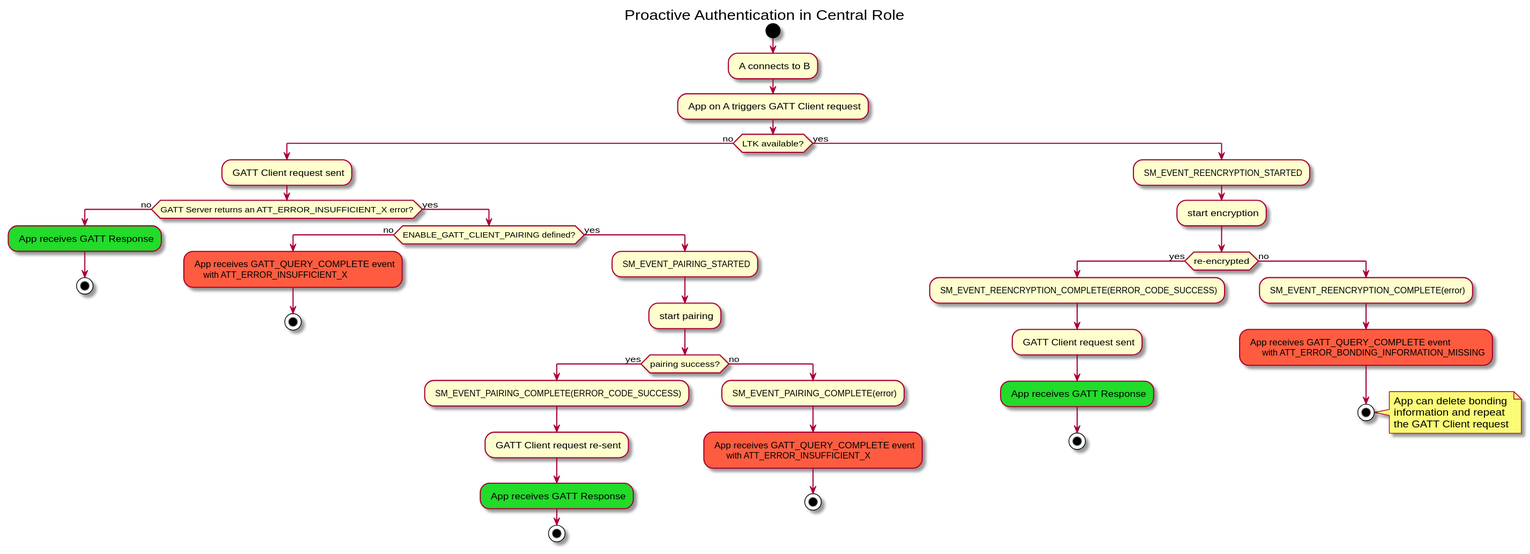
Above: doc/manual/docs/picts/gatt_client_security_proactive_authentication_central.svg in bluekitchen/btstack (PlantUML), before the change. The source it was exported from:
```plantuml
@startuml
title Proactive Authentication in Central Role
start
: A connects to B;
: App on A triggers GATT Client request;
if (LTK available?) then (no)
  : GATT Client request sent;
  if (GATT Server returns an ATT_ERROR_INSUFFICIENT_X error?) then (no)
    #23DB2B : App receives GATT Response;
    stop
  else (yes)
    if (ENABLE_GATT_CLIENT_PAIRING defined?) then (no)
      #FD5B41: App receives GATT_QUERY_COMPLETE event
          with ATT_ERROR_INSUFFICIENT_X;
      stop
    else (yes)
      : SM_EVENT_PAIRING_STARTED;
      : start pairing;
      if (pairing success?) then (yes)
          : SM_EVENT_PAIRING_COMPLETE(ERROR_CODE_SUCCESS);
          : GATT Client request re-sent;
          #23DB2B : App receives GATT Response;
          stop
      else (no)
          : SM_EVENT_PAIRING_COMPLETE(error);
         #FD5B41: App receives GATT_QUERY_COMPLETE event
              with ATT_ERROR_INSUFFICIENT_X;
          stop
      endif
    endif
  endif
else (yes)
   : SM_EVENT_REENCRYPTION_STARTED;
   : start encryption;
   if (re-encrypted) then (yes)
     : SM_EVENT_REENCRYPTION_COMPLETE(ERROR_CODE_SUCCESS);
     : GATT Client request sent;
     #23DB2B : App receives GATT Response;
     stop
   else (no)
     : SM_EVENT_REENCRYPTION_COMPLETE(error);
     #FD5B41: App receives GATT_QUERY_COMPLETE event
          with ATT_ERROR_BONDING_INFORMATION_MISSING;
     stop
     note right
       App can delete bonding
       information and repeat
       the GATT Client request
    end note
  endif
endif
@enduml
```
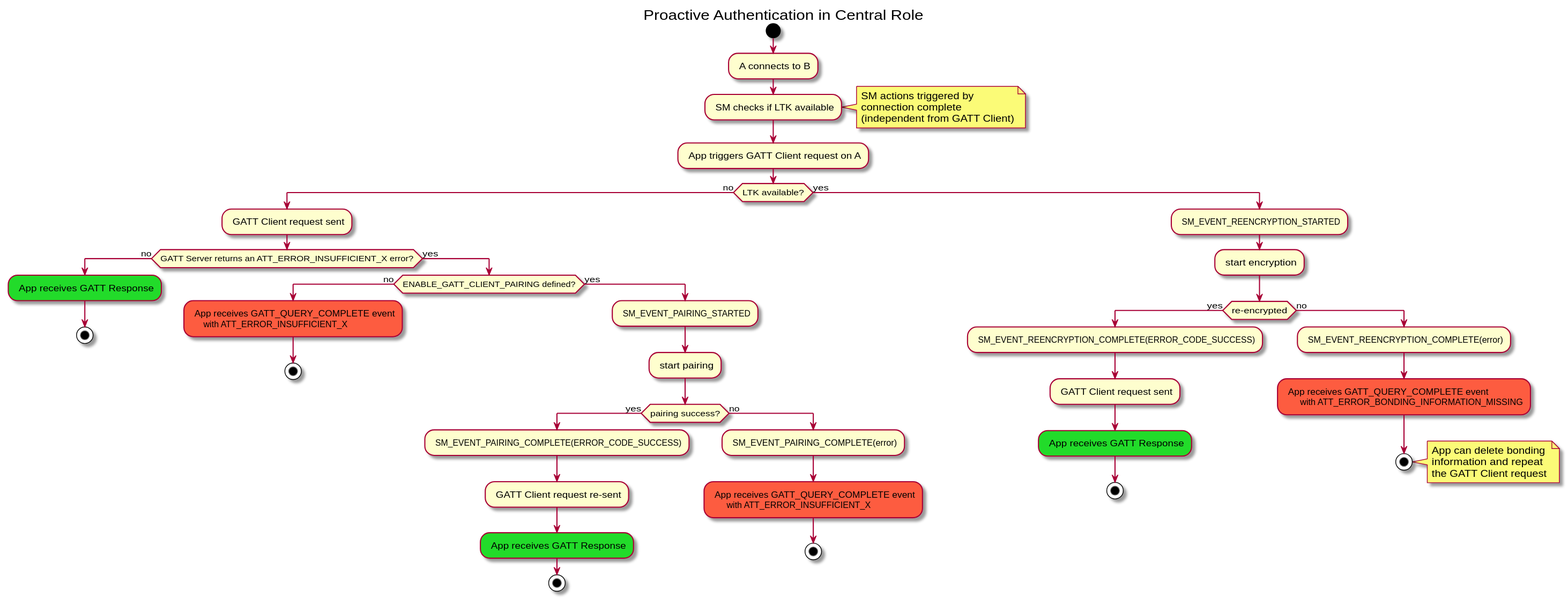
Later version of the same file.

Commit message:
doc: security triggered by connection complete for proactive authentication

The edit, as a diff of the source:
```diff
@@ -2,7 +2,13 @@
 title Proactive Authentication in Central Role
 start
 : A connects to B;
-: App on A triggers GATT Client request;
+: SM checks if LTK available;
+note right
+  SM actions triggered by
+  connection complete
+  (independent from GATT Client)
+end note
+: App triggers GATT Client request on A;
 if (LTK available?) then (no)
   : GATT Client request sent;
   if (GATT Server returns an ATT_ERROR_INSUFFICIENT_X error?) then (no)
```
